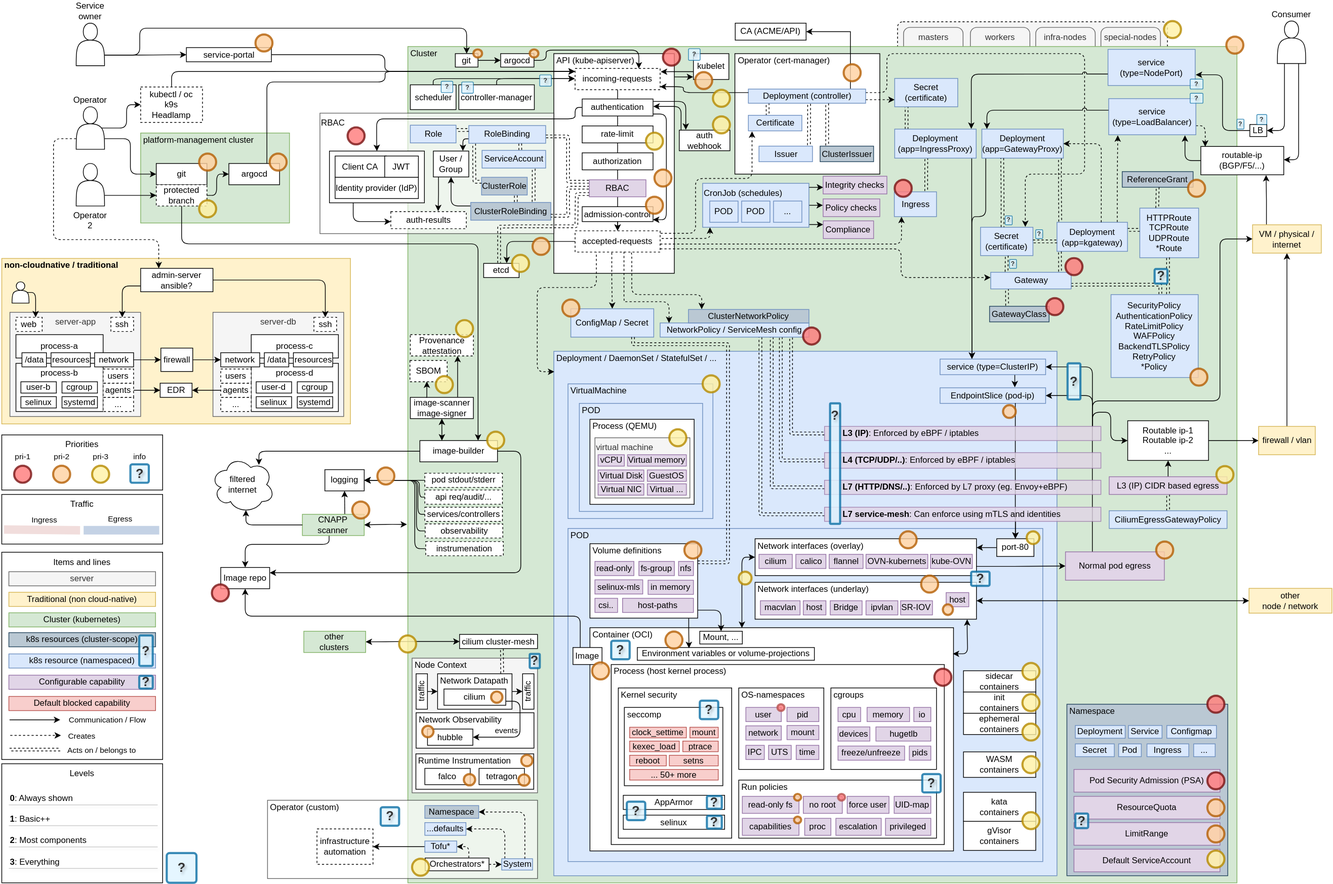
kubesec-diagram/kubesec-diagram.github.io keeps this draw.io diagram as kubesec-diagram.drawio.svg. Above is the earlier version. Source tidied: cells renumbered, new cells last; positions are measured from the earlier drawing's top-left corner, leaving out a move shared by most shapes.
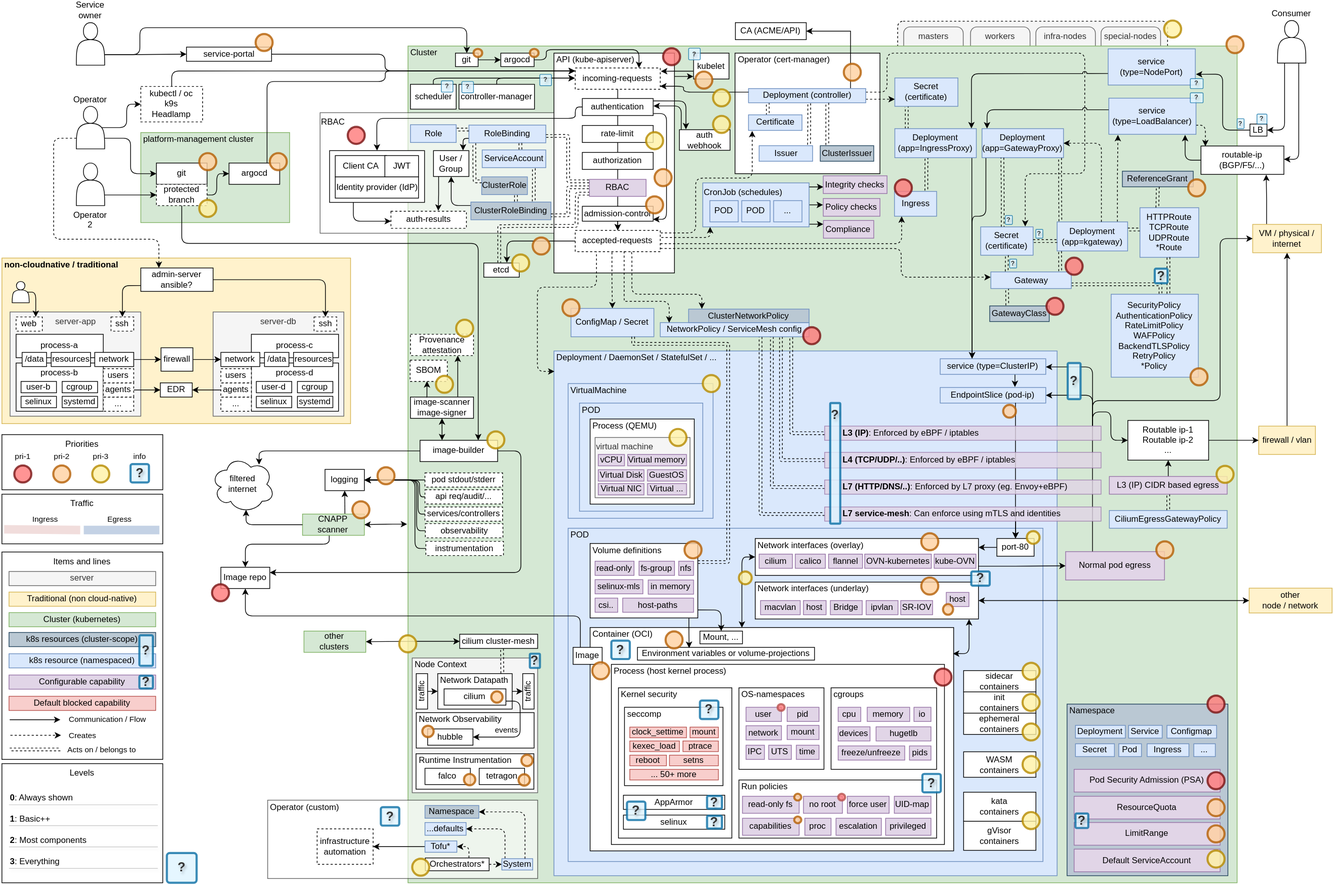
Above is the later version.

Change to the diagram source:
```diff
@@ -659,16 +659,16 @@
       <mxGeometry relative="1" as="geometry" />
     </mxCell>
     <mxCell id="180" value="Network interfaces (overlay)" style="rounded=0;whiteSpace=wrap;html=1;strokeWidth=1;align=left;verticalAlign=top;spacingTop=-2;spacing=0;spacingLeft=4;" parent="1" vertex="1">
-      <mxGeometry x="1063" y="730.5" width="312.4" height="52" as="geometry" />
+      <mxGeometry x="1063" y="730.5" width="315" height="52" as="geometry" />
     </mxCell>
     <mxCell id="181" value="cilium" style="rounded=0;whiteSpace=wrap;html=1;strokeWidth=1;fillColor=#e1d5e7;strokeColor=#9673a6;" parent="1" vertex="1">
       <mxGeometry x="1068.5" y="752.5" width="47" height="20" as="geometry" />
     </mxCell>
     <mxCell id="182" value="calico" style="rounded=0;whiteSpace=wrap;html=1;strokeWidth=1;fillColor=#e1d5e7;strokeColor=#9673a6;" parent="1" vertex="1">
-      <mxGeometry x="1120.5" y="752.5" width="42.5" height="20" as="geometry" />
+      <mxGeometry x="1119.5" y="752.5" width="42.5" height="20" as="geometry" />
     </mxCell>
-    <mxCell id="183" value="OVN-kubernets" style="rounded=0;whiteSpace=wrap;html=1;strokeWidth=1;fillColor=#e1d5e7;strokeColor=#9673a6;" parent="1" vertex="1">
-      <mxGeometry x="1219.5" y="752.5" width="87.2" height="20" as="geometry" />
+    <mxCell id="183" value="OVN-kubernetes" style="rounded=0;whiteSpace=wrap;html=1;strokeWidth=1;fillColor=#e1d5e7;strokeColor=#9673a6;" parent="1" vertex="1">
+      <mxGeometry x="1217.5" y="752.5" width="94" height="20" as="geometry" />
     </mxCell>
     <mxCell id="184" style="html=1;shadow=0;endArrow=none;endFill=0;strokeWidth=12;fillColor=#dae8fc;strokeColor=#6c8ebf;jumpSize=6;endSize=6;backgroundOutline=0;flowAnimation=0;sketchStyle=rough;rounded=1;opacity=40;exitX=1;exitY=0.5;exitDx=0;exitDy=0;" parent="1" edge="1">
       <mxGeometry relative="1" as="geometry">
@@ -694,7 +694,7 @@
       <mxGeometry x="1357.1" y="976.8" width="102" height="30" as="geometry" />
     </mxCell>
     <mxCell id="190" value="flannel" style="rounded=0;whiteSpace=wrap;html=1;strokeWidth=1;fillColor=#e1d5e7;strokeColor=#9673a6;" parent="1" vertex="1">
-      <mxGeometry x="1167.5" y="752.5" width="47.9" height="20" as="geometry" />
+      <mxGeometry x="1166.5" y="752.5" width="47.9" height="20" as="geometry" />
     </mxCell>
     <mxCell id="191" style="edgeStyle=orthogonalEdgeStyle;rounded=0;jettySize=auto;html=1;exitX=0.5;exitY=1;exitDx=0;exitDy=0;entryX=0.5;entryY=0;entryDx=0;entryDy=0;" parent="1" edge="1" source="192" target="48">
       <mxGeometry relative="1" as="geometry" />
@@ -1120,10 +1120,10 @@
       <mxGeometry x="985" y="959" width="26" height="26" as="geometry" />
     </mxCell>
     <mxCell id="313" value="kube-OVN" style="rounded=0;whiteSpace=wrap;html=1;strokeWidth=1;fillColor=#e1d5e7;strokeColor=#9673a6;" parent="1" vertex="1">
-      <mxGeometry x="1310.5" y="752.5" width="59" height="20" as="geometry" />
+      <mxGeometry x="1315.5" y="752.5" width="59" height="20" as="geometry" />
     </mxCell>
     <mxCell id="314" style="ellipse;whiteSpace=wrap;html=1;fillColor=#FFD1A1;strokeColor=#B45F06;rounded=1;strokeWidth=3;align=center;verticalAlign=middle;arcSize=10;fontFamily=Helvetica;fontSize=12;fontColor=#6B2F00;rotation=0;opacity=80;" parent="1" vertex="1">
-      <mxGeometry x="1267" y="720" width="24" height="24" as="geometry" />
+      <mxGeometry x="1297.3" y="723" width="24" height="24" as="geometry" />
     </mxCell>
     <mxCell id="315" value="rate-limit" style="rounded=0;whiteSpace=wrap;html=1;strokeWidth=1;" parent="1" vertex="1">
       <mxGeometry x="819" y="148" width="100" height="24" as="geometry" />
@@ -1765,7 +1765,7 @@
         </Array>
       </mxGeometry>
     </mxCell>
-    <mxCell id="486" value="instrumenation" style="rounded=0;whiteSpace=wrap;html=1;strokeWidth=1;dashed=1;" parent="1" vertex="1">
+    <mxCell id="486" value="instrumentation" style="rounded=0;whiteSpace=wrap;html=1;strokeWidth=1;dashed=1;" parent="1" vertex="1">
       <mxGeometry x="598.2" y="734.5" width="109.5" height="20" as="geometry" />
     </mxCell>
     <mxCell id="487" style="ellipse;whiteSpace=wrap;html=1;fillColor=#FFD1A1;strokeColor=#B45F06;rounded=1;strokeWidth=3;align=center;verticalAlign=middle;arcSize=10;fontFamily=Helvetica;fontSize=12;fontColor=#6B2F00;rotation=0;opacity=80;" parent="1" vertex="1">
@@ -1775,7 +1775,7 @@
       <mxGeometry x="1760" y="800.5" width="117" height="35" as="geometry" />
     </mxCell>
     <mxCell id="489" value="Network interfaces (underlay)" style="rounded=0;whiteSpace=wrap;html=1;strokeWidth=1;align=left;verticalAlign=top;spacingTop=-2;spacing=0;spacingLeft=4;" parent="1" vertex="1">
-      <mxGeometry x="1063" y="792" width="312.4" height="52" as="geometry" />
+      <mxGeometry x="1063" y="792" width="315" height="52" as="geometry" />
     </mxCell>
     <mxCell id="490" value="macvlan" style="rounded=0;whiteSpace=wrap;html=1;strokeWidth=1;fillColor=#e1d5e7;strokeColor=#9673a6;" parent="1" vertex="1">
       <mxGeometry x="1070.5" y="818" width="56" height="20" as="geometry" />
@@ -1796,7 +1796,7 @@
       <mxGeometry x="1367.9" y="777" width="26" height="20" as="geometry" />
     </mxCell>
     <mxCell id="496" style="ellipse;whiteSpace=wrap;html=1;fillColor=#FFD1A1;strokeColor=#B45F06;rounded=1;strokeWidth=3;align=center;verticalAlign=middle;arcSize=10;fontFamily=Helvetica;fontSize=12;fontColor=#6B2F00;rotation=0;opacity=80;" parent="1" vertex="1">
-      <mxGeometry x="1297.3" y="782.5" width="24" height="24" as="geometry" />
+      <mxGeometry x="1297.3" y="785.5" width="24" height="24" as="geometry" />
     </mxCell>
     <mxCell id="497" value="host" style="rounded=0;whiteSpace=wrap;html=1;strokeWidth=1;fillColor=#e1d5e7;strokeColor=#9673a6;align=center;" parent="1" vertex="1">
       <mxGeometry x="1332.6" y="806.5" width="32" height="20" as="geometry" />
```
